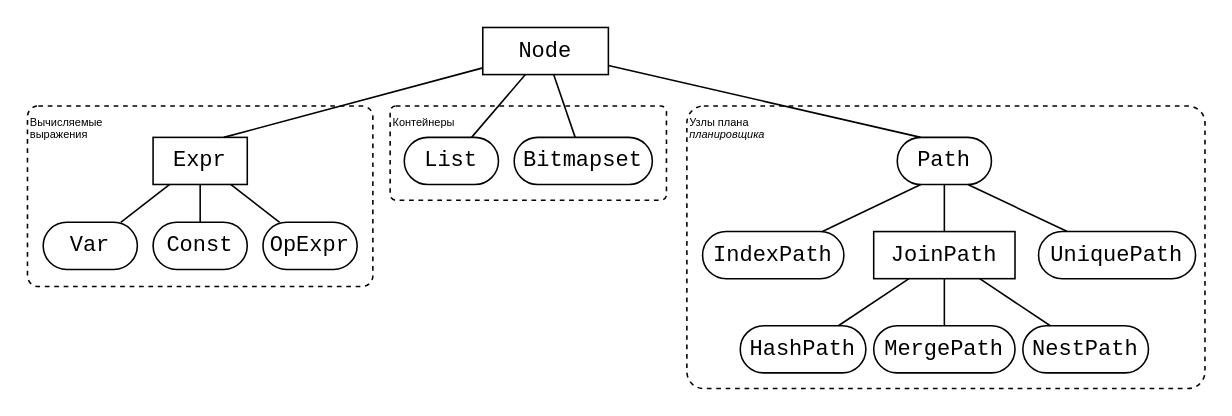
Above: PGBootcamp2024/debugging-postgres-planner/img/nodes.drawio in ashenBlade/tantor-pg-meetups (draw.io), before the change. Source tidied: cells renumbered, new cells numbered last; positions are measured from the earlier drawing's top-left corner, leaving out a move shared by most shapes. Both pictures are drawn from the tidied source at 157%, with x=0, y=0 at pixel (27, 27).
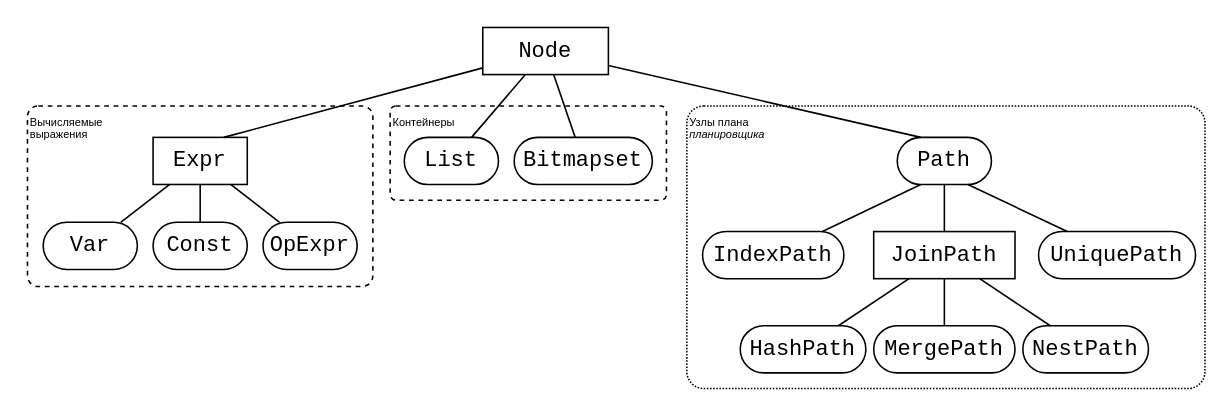
After the change.

Diff of the diagram source:
```diff
@@
-    <mxCell id="31" value="Узлы плана&lt;div&gt;&lt;i&gt;планировщика&lt;/i&gt;&lt;/div&gt;" style="rounded=1;whiteSpace=wrap;html=1;dashed=1;fillColor=none;align=left;verticalAlign=top;fontSize=7;arcSize=6;" parent="1" vertex="1">
+    <mxCell id="31" value="Узлы плана&lt;div&gt;&lt;i&gt;планировщика&lt;/i&gt;&lt;/div&gt;" style="rounded=1;whiteSpace=wrap;html=1;dashed=1;fillColor=none;align=left;verticalAlign=top;fontSize=7;arcSize=6;dashPattern=1 1;" parent="1" vertex="1">
       <mxGeometry x="420" y="50" width="330" height="180" as="geometry" />
     </mxCell>
```
